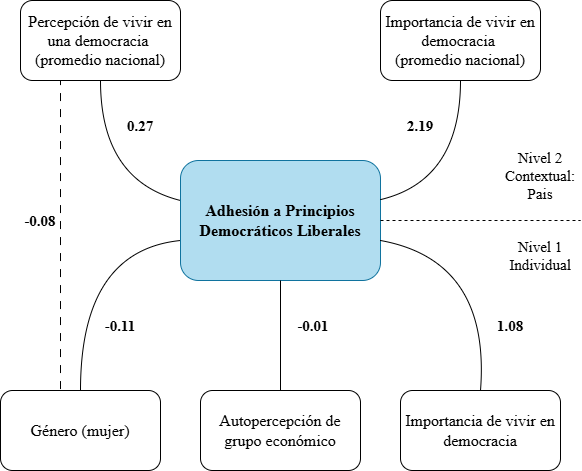
Earlier version of the draw.io export input/img/modelo_teórico_resultados.png (multinivel-facso/trabajo1-grupo-9). Source tidied: cells renumbered, new cells last; positions are measured from the earlier drawing's top-left corner, leaving out a move shared by most shapes.
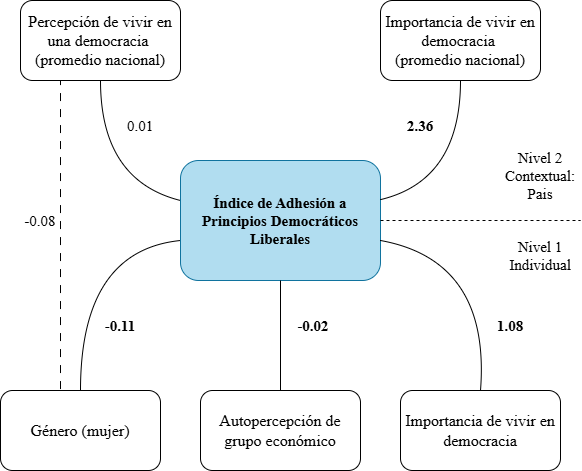
After the change.

What changed in the source:
```diff
@@ -2,7 +2,7 @@
   <root>
     <mxCell id="0" />
     <mxCell id="1" parent="0" />
-    <mxCell id="2" value="&lt;font face=&quot;Times New Roman&quot;&gt;&lt;span style=&quot;font-size: 16px;&quot;&gt;&lt;b&gt;Adhesión a Principios Democráticos Liberales&lt;/b&gt;&lt;/span&gt;&lt;/font&gt;" style="rounded=1;whiteSpace=wrap;html=1;fillColor=#b1ddf0;strokeColor=#10739e;" parent="1" vertex="1">
+    <mxCell id="2" value="&lt;b&gt;&lt;font style=&quot;font-size: 15px;&quot; face=&quot;Times New Roman&quot;&gt;Índice de Adhesión a Principios Democráticos Liberales&lt;/font&gt;&lt;/b&gt;" style="rounded=1;whiteSpace=wrap;html=1;fillColor=#b1ddf0;strokeColor=#10739e;" parent="1" vertex="1">
       <mxGeometry x="180" y="160" width="200" height="120" as="geometry" />
     </mxCell>
     <mxCell id="3" value="&lt;font face=&quot;Times New Roman&quot; style=&quot;font-size: 16px;&quot;&gt;Percepción de vivir en una democracia&amp;nbsp;&lt;/font&gt;&lt;div&gt;&lt;font face=&quot;Times New Roman&quot; style=&quot;font-size: 16px;&quot;&gt;(promedio nacional)&lt;/font&gt;&lt;/div&gt;" style="rounded=1;whiteSpace=wrap;html=1;" parent="1" vertex="1">
@@ -69,25 +69,25 @@
     <mxCell id="15" value="&lt;font style=&quot;font-size: 15px;&quot; face=&quot;Times New Roman&quot;&gt;Nivel 1 Individual&lt;/font&gt;" style="text;html=1;align=center;verticalAlign=middle;whiteSpace=wrap;rounded=0;" parent="1" vertex="1">
       <mxGeometry x="500" y="240" width="80" height="30" as="geometry" />
     </mxCell>
-    <mxCell id="16" value="&lt;font face=&quot;Times New Roman&quot;&gt;&lt;span style=&quot;font-size: 15px;&quot;&gt;&lt;b&gt;-0.11&lt;/b&gt;&lt;/span&gt;&lt;/font&gt;" style="text;html=1;align=center;verticalAlign=middle;whiteSpace=wrap;rounded=0;" parent="1" vertex="1">
+    <mxCell id="16" value="&lt;font face=&quot;Times New Roman&quot;&gt;&lt;span style=&quot;font-size: 15px;&quot;&gt;&lt;b&gt;-0.11&lt;/b&gt;&lt;/span&gt;&lt;/font&gt;" style="text;html=1;align=center;verticalAlign=middle;whiteSpace=wrap;rounded=0;fillColor=none;" parent="1" vertex="1">
       <mxGeometry x="80" y="310" width="80" height="30" as="geometry" />
     </mxCell>
-    <mxCell id="17" value="&lt;font face=&quot;Times New Roman&quot;&gt;&lt;span style=&quot;font-size: 15px;&quot;&gt;&lt;b&gt;-0.01&lt;/b&gt;&lt;/span&gt;&lt;/font&gt;" style="text;html=1;align=center;verticalAlign=middle;whiteSpace=wrap;rounded=0;" parent="1" vertex="1">
+    <mxCell id="17" value="&lt;font face=&quot;Times New Roman&quot;&gt;&lt;span style=&quot;font-size: 15px;&quot;&gt;&lt;b&gt;-0.02&lt;/b&gt;&lt;/span&gt;&lt;/font&gt;" style="text;html=1;align=center;verticalAlign=middle;whiteSpace=wrap;rounded=0;" parent="1" vertex="1">
       <mxGeometry x="273" y="310" width="80" height="30" as="geometry" />
     </mxCell>
     <mxCell id="18" value="&lt;font face=&quot;Times New Roman&quot;&gt;&lt;span style=&quot;font-size: 15px;&quot;&gt;&lt;b&gt;1.08&lt;/b&gt;&lt;/span&gt;&lt;/font&gt;" style="text;html=1;align=center;verticalAlign=middle;whiteSpace=wrap;rounded=0;" parent="1" vertex="1">
       <mxGeometry x="470" y="310" width="80" height="30" as="geometry" />
     </mxCell>
-    <mxCell id="19" value="&lt;font face=&quot;Times New Roman&quot;&gt;&lt;span style=&quot;font-size: 15px;&quot;&gt;&lt;b&gt;0.27&lt;/b&gt;&lt;/span&gt;&lt;/font&gt;" style="text;html=1;align=center;verticalAlign=middle;whiteSpace=wrap;rounded=0;" parent="1" vertex="1">
+    <mxCell id="19" value="&lt;font face=&quot;Times New Roman&quot;&gt;&lt;span style=&quot;font-size: 15px;&quot;&gt;0.01&lt;/span&gt;&lt;/font&gt;" style="text;html=1;align=center;verticalAlign=middle;whiteSpace=wrap;rounded=0;" parent="1" vertex="1">
       <mxGeometry x="100" y="110" width="80" height="30" as="geometry" />
     </mxCell>
-    <mxCell id="20" value="&lt;font face=&quot;Times New Roman&quot;&gt;&lt;span style=&quot;font-size: 15px;&quot;&gt;&lt;b&gt;2.19&lt;/b&gt;&lt;/span&gt;&lt;/font&gt;" style="text;html=1;align=center;verticalAlign=middle;whiteSpace=wrap;rounded=0;" parent="1" vertex="1">
+    <mxCell id="20" value="&lt;font face=&quot;Times New Roman&quot;&gt;&lt;span style=&quot;font-size: 15px;&quot;&gt;&lt;b&gt;2.36&lt;/b&gt;&lt;/span&gt;&lt;/font&gt;" style="text;html=1;align=center;verticalAlign=middle;whiteSpace=wrap;rounded=0;" parent="1" vertex="1">
       <mxGeometry x="380" y="110" width="80" height="30" as="geometry" />
     </mxCell>
     <mxCell id="21" style="endArrow=none;html=1;rounded=0;entryX=0.25;entryY=1;entryDx=0;entryDy=0;dashed=1;dashPattern=8 8;exitX=0.375;exitY=-0.018;exitDx=0;exitDy=0;exitPerimeter=0;" parent="1" edge="1" source="5" target="3">
       <mxGeometry relative="1" as="geometry" />
     </mxCell>
-    <mxCell id="22" value="&lt;font face=&quot;Times New Roman&quot;&gt;&lt;span style=&quot;font-size: 15px;&quot;&gt;&lt;b&gt;-0.08&lt;/b&gt;&lt;/span&gt;&lt;/font&gt;" style="text;html=1;align=center;verticalAlign=middle;whiteSpace=wrap;rounded=0;" parent="1" vertex="1">
+    <mxCell id="22" value="&lt;font face=&quot;Times New Roman&quot;&gt;&lt;span style=&quot;font-size: 15px;&quot;&gt;-0.08&lt;/span&gt;&lt;/font&gt;" style="text;html=1;align=center;verticalAlign=middle;whiteSpace=wrap;rounded=0;" parent="1" vertex="1">
       <mxGeometry y="205" width="80" height="30" as="geometry" />
     </mxCell>
   </root>
```
